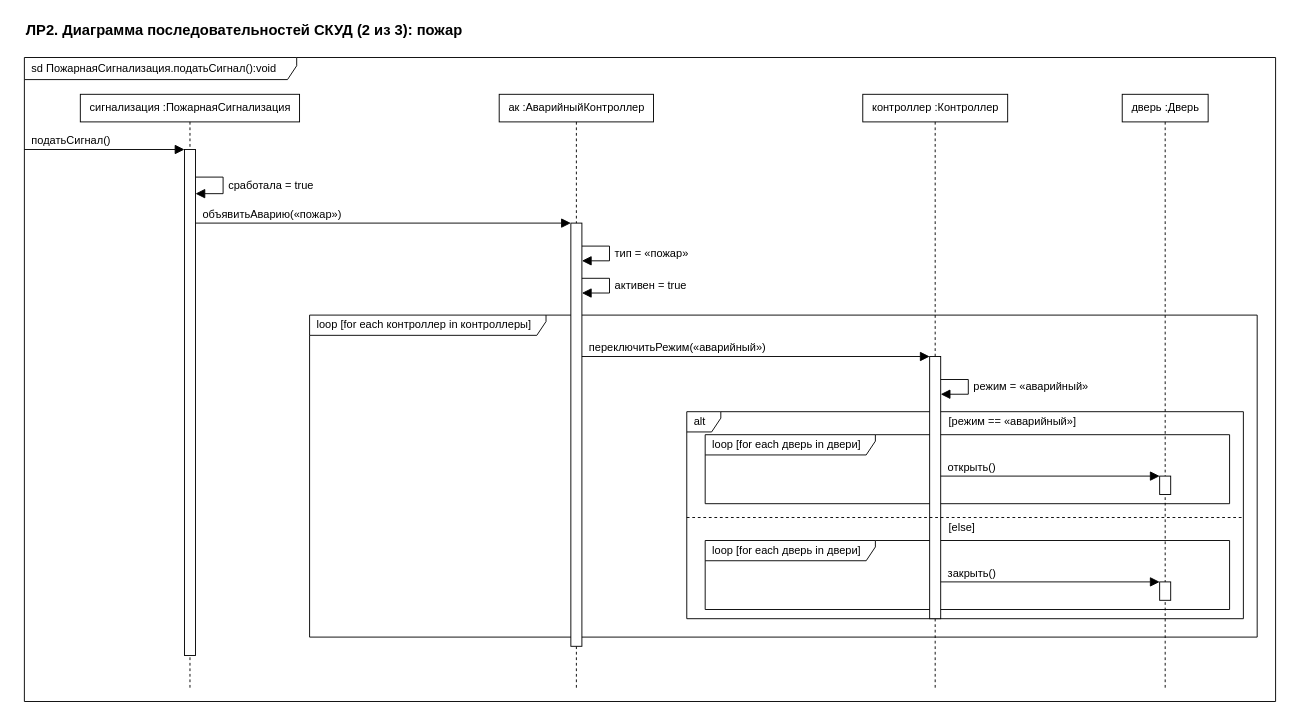
Earlier version of the draw.io diagram page "ЛР2 — Последовательность 2 (пожар)" (9 of 10) of СКУД.drawio (Rem1yo/ooap-skud-uml). Source tidied: cells renumbered, new cells numbered last; positions are measured from the earlier drawing's top-left corner, leaving out a move shared by most shapes. Both pictures are drawn from the tidied source at 92%, with x=0, y=0 at pixel (24, 16).
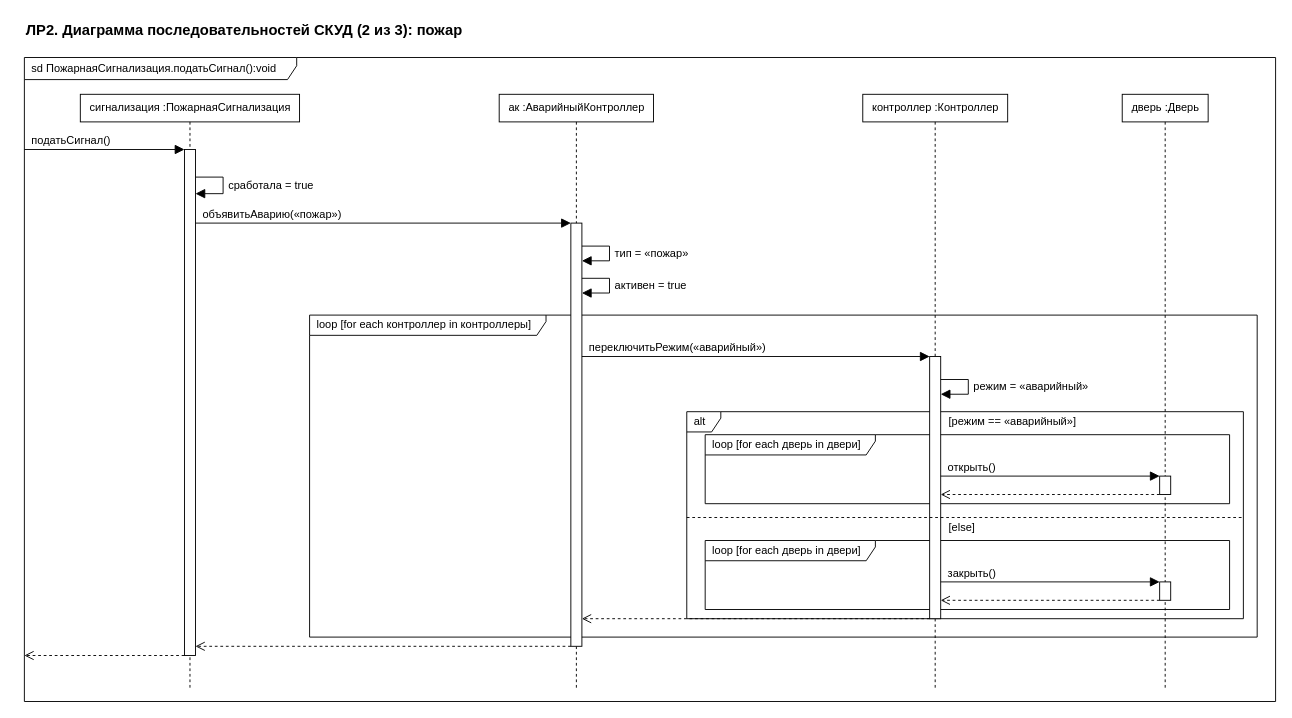
After the change.

The edit, as a diff of the source:
```diff
@@
+    <mxCell id="42" style="edgeStyle=none;html=1;rounded=0;strokeColor=#000000;dashed=1;endArrow=open;endFill=0;endSize=8;" parent="1" edge="1">
+      <mxGeometry relative="1" as="geometry">
+        <mxPoint x="1234" y="520" as="sourcePoint" />
+        <mxPoint x="996" y="520" as="targetPoint" />
+      </mxGeometry>
+    </mxCell>
+    <mxCell id="43" style="edgeStyle=none;html=1;rounded=0;strokeColor=#000000;dashed=1;endArrow=open;endFill=0;endSize=8;" parent="1" edge="1">
+      <mxGeometry relative="1" as="geometry">
+        <mxPoint x="1234" y="635" as="sourcePoint" />
+        <mxPoint x="996" y="635" as="targetPoint" />
+      </mxGeometry>
+    </mxCell>
+    <mxCell id="44" style="edgeStyle=none;html=1;rounded=0;strokeColor=#000000;dashed=1;endArrow=open;endFill=0;endSize=8;" parent="1" edge="1">
+      <mxGeometry relative="1" as="geometry">
+        <mxPoint x="984" y="655" as="sourcePoint" />
+        <mxPoint x="606" y="655" as="targetPoint" />
+      </mxGeometry>
+    </mxCell>
+    <mxCell id="45" style="edgeStyle=none;html=1;rounded=0;strokeColor=#000000;dashed=1;endArrow=open;endFill=0;endSize=8;" parent="1" edge="1">
+      <mxGeometry relative="1" as="geometry">
+        <mxPoint x="594" y="685" as="sourcePoint" />
+        <mxPoint x="186" y="685" as="targetPoint" />
+      </mxGeometry>
+    </mxCell>
+    <mxCell id="46" style="edgeStyle=none;html=1;rounded=0;strokeColor=#000000;dashed=1;endArrow=open;endFill=0;endSize=8;" parent="1" edge="1">
+      <mxGeometry relative="1" as="geometry">
+        <mxPoint x="174" y="695" as="sourcePoint" />
+        <mxPoint y="695" as="targetPoint" />
+      </mxGeometry>
+    </mxCell>
```
